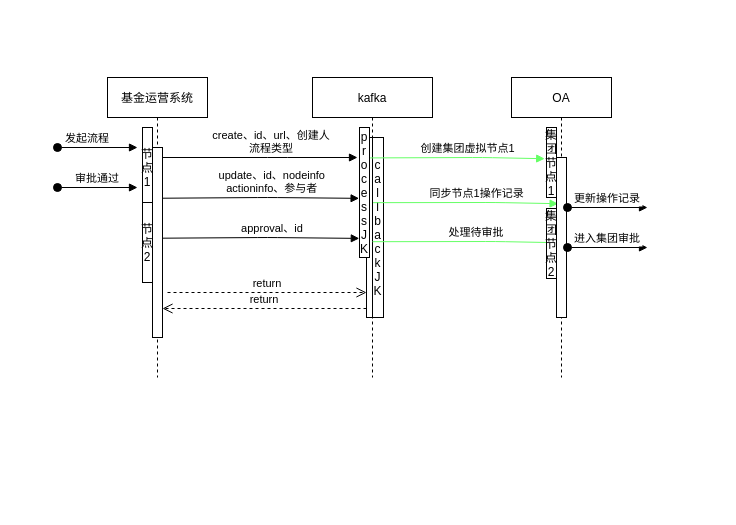
Above: 未命名绘图.drawio in mawenke321/pythonTraining1 (draw.io), before the change. Source tidied: cells renumbered, new cells numbered last; positions are measured from the earlier drawing's top-left corner, leaving out a move shared by most shapes. Both pictures are drawn from the tidied source at 100%, with x=0, y=0 at pixel (57, 77).
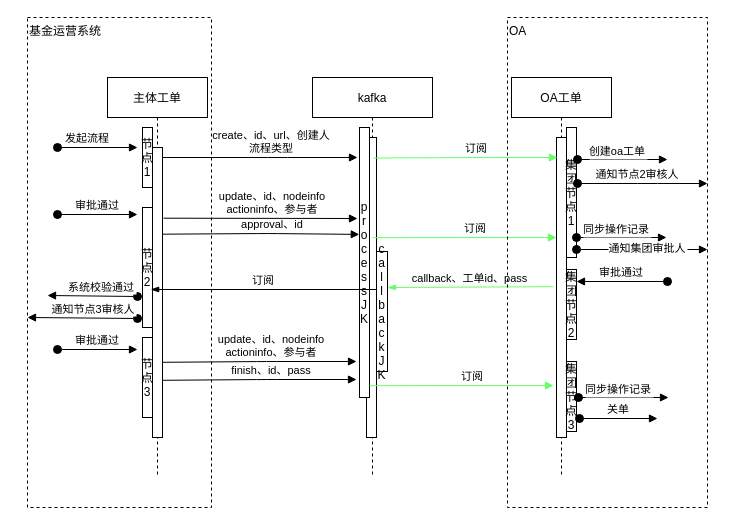
The same page after the edit.

The edit, as a diff of the source:
```diff
@@
-    <mxCell id="2" value="基金运营系统" style="shape=umlLifeline;perimeter=lifelinePerimeter;rounded=0;shadow=0;strokeWidth=1;" parent="1" vertex="1">
-      <mxGeometry x="50" width="100" height="300" as="geometry" />
+    <mxCell id="2" value="主体工单" style="shape=umlLifeline;perimeter=lifelinePerimeter;rounded=0;shadow=0;strokeWidth=1;" parent="1" vertex="1">
+      <mxGeometry x="50" width="100" height="400" as="geometry" />
     </mxCell>
     <mxCell id="3" style="points=[];perimeter=orthogonalPerimeter;rounded=0;shadow=0;strokeWidth=1;" parent="2" vertex="1">
-      <mxGeometry x="45" y="70" width="10" height="190" as="geometry" />
+      <mxGeometry x="45" y="70" width="10" height="290" as="geometry" />
     </mxCell>
@@
     <mxCell id="5" value="节&#10;点&#10;1" style="perimeter=orthogonalPerimeter;rounded=0;shadow=0;strokeWidth=1;" parent="2" vertex="1">
-      <mxGeometry x="35" y="50" width="10" height="80" as="geometry" />
+      <mxGeometry x="35" y="50" width="10" height="60" as="geometry" />
     </mxCell>
     <mxCell id="6" value="节&#10;点&#10;2" style="perimeter=orthogonalPerimeter;rounded=0;shadow=0;strokeWidth=1;" parent="2" vertex="1">
-      <mxGeometry x="35" y="125" width="10" height="80" as="geometry" />
+      <mxGeometry x="35" y="130" width="10" height="120" as="geometry" />
     </mxCell>
     <mxCell id="7" value="approval、id" style="verticalAlign=bottom;endArrow=block;shadow=0;strokeWidth=1;entryX=-0.04;entryY=0.545;entryDx=0;entryDy=0;entryPerimeter=0;exitX=0.98;exitY=0.267;exitDx=0;exitDy=0;exitPerimeter=0;" parent="2" edge="1">
       <mxGeometry x="0.12" relative="1" as="geometry">
-        <mxPoint x="55" y="160.7" as="sourcePoint" />
-        <mxPoint x="251.8" y="160.9" as="targetPoint" />
+        <mxPoint x="55" y="156.7" as="sourcePoint" />
+        <mxPoint x="251.8" y="156.9" as="targetPoint" />
         <Array as="points">
-          <mxPoint x="160.2" y="160" />
+          <mxPoint x="160.2" y="156" />
         </Array>
       </mxGeometry>
     </mxCell>
+    <mxCell id="26" value="节&#10;点&#10;3" style="perimeter=orthogonalPerimeter;rounded=0;shadow=0;strokeWidth=1;" parent="2" vertex="1">
+      <mxGeometry x="35" y="260" width="10" height="80" as="geometry" />
+    </mxCell>
+    <mxCell id="27" value="finish、id、pass" style="verticalAlign=bottom;endArrow=block;shadow=0;strokeWidth=1;exitX=1.1;exitY=0.154;exitDx=0;exitDy=0;exitPerimeter=0;" parent="2" edge="1">
+      <mxGeometry x="0.12" relative="1" as="geometry">
+        <mxPoint x="55" y="302.8" as="sourcePoint" />
+        <mxPoint x="249" y="302" as="targetPoint" />
+        <Array as="points">
+          <mxPoint x="159" y="302" />
+        </Array>
+      </mxGeometry>
+    </mxCell>
+    <mxCell id="28" value="update、id、nodeinfo&#10;actioninfo、参与者" style="verticalAlign=bottom;endArrow=block;shadow=0;strokeWidth=1;exitX=1.1;exitY=0.154;exitDx=0;exitDy=0;exitPerimeter=0;" parent="2" edge="1">
+      <mxGeometry x="0.12" relative="1" as="geometry">
+        <mxPoint x="55" y="284.8" as="sourcePoint" />
+        <mxPoint x="249" y="284" as="targetPoint" />
+        <Array as="points">
+          <mxPoint x="159" y="284" />
+        </Array>
+      </mxGeometry>
+    </mxCell>
     <mxCell id="8" value="kafka" style="shape=umlLifeline;perimeter=lifelinePerimeter;rounded=0;shadow=0;strokeWidth=1;" parent="1" vertex="1">
-      <mxGeometry x="255" width="120" height="300" as="geometry" />
+      <mxGeometry x="255" width="120" height="400" as="geometry" />
     </mxCell>
     <mxCell id="9" style="points=[];perimeter=orthogonalPerimeter;rounded=0;shadow=0;strokeWidth=1;" parent="8" vertex="1">
-      <mxGeometry x="54" y="60" width="10" height="180" as="geometry" />
+      <mxGeometry x="54" y="60" width="10" height="300" as="geometry" />
     </mxCell>
     <mxCell id="10" value="p&#10;r&#10;o&#10;c&#10;e&#10;s&#10;s&#10;J&#10;K" style="points=[];perimeter=orthogonalPerimeter;rounded=0;shadow=0;strokeWidth=1;" parent="8" vertex="1">
-      <mxGeometry x="47" y="50" width="10" height="130" as="geometry" />
+      <mxGeometry x="47" y="50" width="10" height="270" as="geometry" />
     </mxCell>
     <mxCell id="11" value="c&#10;a&#10;l&#10;l&#10;b&#10;a&#10;c&#10;k&#10;J&#10;K" style="points=[];perimeter=orthogonalPerimeter;rounded=0;shadow=0;strokeWidth=1;" parent="8" vertex="1">
-      <mxGeometry x="60" y="60" width="11" height="180" as="geometry" />
+      <mxGeometry x="64" y="174" width="11" height="120" as="geometry" />
     </mxCell>
-    <mxCell id="12" value="同步节点1操作记录" style="verticalAlign=bottom;endArrow=block;shadow=0;strokeWidth=1;entryX=-0.18;entryY=0.446;entryDx=0;entryDy=0;entryPerimeter=0;exitX=0.055;exitY=0.362;exitDx=0;exitDy=0;exitPerimeter=0;strokeColor=#66FF66;" parent="8" edge="1" source="11">
-      <mxGeometry x="0.12" relative="1" as="geometry">
-        <mxPoint x="245.6" y="126.2" as="targetPoint" />
-        <Array as="points">
-          <mxPoint x="183.4" y="125" />
-        </Array>
-      </mxGeometry>
-    </mxCell>
-    <mxCell id="13" value="处理待审批" style="verticalAlign=bottom;endArrow=block;shadow=0;strokeWidth=1;entryX=-0.18;entryY=0.446;entryDx=0;entryDy=0;entryPerimeter=0;exitX=0.055;exitY=0.362;exitDx=0;exitDy=0;exitPerimeter=0;strokeColor=#66FF66;" parent="8" edge="1">
+    <mxCell id="13" value="订阅" style="verticalAlign=bottom;endArrow=block;shadow=0;strokeWidth=1;exitX=0.055;exitY=0.362;exitDx=0;exitDy=0;exitPerimeter=0;strokeColor=#66FF66;" parent="8" edge="1">
       <mxGeometry x="0.12" relative="1" as="geometry">
-        <mxPoint x="60" y="164.2" as="sourcePoint" />
-        <mxPoint x="245" y="165.2" as="targetPoint" />
+        <mxPoint x="60" y="160.2" as="sourcePoint" />
+        <mxPoint x="244" y="160" as="targetPoint" />
         <Array as="points">
-          <mxPoint x="182.8" y="164" />
+          <mxPoint x="182.8" y="160" />
         </Array>
       </mxGeometry>
     </mxCell>
-    <mxCell id="14" value="return" style="verticalAlign=bottom;endArrow=open;dashed=1;endSize=8;exitX=0;exitY=0.95;shadow=0;strokeWidth=1;" parent="1" edge="1" source="9" target="3">
-      <mxGeometry relative="1" as="geometry" />
-    </mxCell>
+    <mxCell id="29" value="callback、工单id、pass" style="verticalAlign=bottom;endArrow=blockThin;shadow=0;strokeWidth=1;endFill=1;strokeColor=#66FF66;exitX=-0.34;exitY=0.464;exitDx=0;exitDy=0;exitPerimeter=0;" parent="8" edge="1">
+      <mxGeometry relative="1" as="geometry">
+        <mxPoint x="240.6" y="209.2" as="sourcePoint" />
+        <mxPoint x="75" y="210" as="targetPoint" />
+      </mxGeometry>
+    </mxCell>
+    <mxCell id="30" value="订阅" style="verticalAlign=bottom;endArrow=block;shadow=0;strokeWidth=1;exitX=0.055;exitY=0.362;exitDx=0;exitDy=0;exitPerimeter=0;strokeColor=#66FF66;" parent="8" edge="1">
+      <mxGeometry x="0.12" relative="1" as="geometry">
+        <mxPoint x="57" y="308.2" as="sourcePoint" />
+        <mxPoint x="241" y="308" as="targetPoint" />
+        <Array as="points">
+          <mxPoint x="179.8" y="308" />
+        </Array>
+      </mxGeometry>
+    </mxCell>
@@
-    <mxCell id="16" value="return" style="verticalAlign=bottom;endArrow=open;dashed=1;endSize=8;exitX=1;exitY=0.95;shadow=0;strokeWidth=1;" parent="1" edge="1" target="9">
-      <mxGeometry relative="1" as="geometry">
-        <mxPoint x="110" y="215" as="sourcePoint" />
-      </mxGeometry>
-    </mxCell>
-    <mxCell id="17" value="OA" style="shape=umlLifeline;perimeter=lifelinePerimeter;rounded=0;shadow=0;strokeWidth=1;" parent="1" vertex="1">
-      <mxGeometry x="454" width="100" height="300" as="geometry" />
+    <mxCell id="17" value="OA工单" style="shape=umlLifeline;perimeter=lifelinePerimeter;rounded=0;shadow=0;strokeWidth=1;" parent="1" vertex="1">
+      <mxGeometry x="454" width="100" height="400" as="geometry" />
     </mxCell>
     <mxCell id="18" style="perimeter=orthogonalPerimeter;rounded=0;shadow=0;strokeWidth=1;" parent="17" vertex="1">
-      <mxGeometry x="45" y="80" width="10" height="160" as="geometry" />
+      <mxGeometry x="45" y="60" width="10" height="300" as="geometry" />
     </mxCell>
     <mxCell id="19" value="集&#10;团&#10;节&#10;点&#10;1" style="points=[];perimeter=orthogonalPerimeter;rounded=0;shadow=0;strokeWidth=1;" parent="17" vertex="1">
-      <mxGeometry x="35" y="50" width="10" height="70" as="geometry" />
+      <mxGeometry x="55" y="50" width="10" height="130" as="geometry" />
     </mxCell>
+    <mxCell id="22" value="集&#10;团&#10;节&#10;点&#10;2" style="perimeter=orthogonalPerimeter;rounded=0;shadow=0;strokeWidth=1;" parent="17" vertex="1">
+      <mxGeometry x="55" y="192" width="10" height="70" as="geometry" />
+    </mxCell>
+    <mxCell id="31" value="通知集团审批人" style="verticalAlign=bottom;startArrow=oval;endArrow=block;startSize=8;shadow=0;strokeWidth=1;" parent="17" edge="1">
+      <mxGeometry x="0.08" y="-8" relative="1" as="geometry">
+        <mxPoint x="65" y="172" as="sourcePoint" />
+        <mxPoint x="196" y="172" as="targetPoint" />
+      </mxGeometry>
+    </mxCell>
+    <mxCell id="32" value="集&#10;团&#10;节&#10;点&#10;3" style="perimeter=orthogonalPerimeter;rounded=0;shadow=0;strokeWidth=1;" parent="17" vertex="1">
+      <mxGeometry x="55" y="284" width="10" height="70" as="geometry" />
+    </mxCell>
+    <mxCell id="33" value="通知节点2审核人" style="verticalAlign=bottom;startArrow=oval;endArrow=block;startSize=8;shadow=0;strokeWidth=1;" parent="17" edge="1">
+      <mxGeometry x="-0.08" relative="1" as="geometry">
+        <mxPoint x="66" y="106" as="sourcePoint" />
+        <mxPoint x="196" y="106" as="targetPoint" />
+        <Array as="points">
+          <mxPoint x="136" y="106" />
+        </Array>
+      </mxGeometry>
+    </mxCell>
+    <mxCell id="34" value="关单" style="verticalAlign=bottom;startArrow=oval;endArrow=block;startSize=8;shadow=0;strokeWidth=1;" parent="17" edge="1">
+      <mxGeometry relative="1" as="geometry">
+        <mxPoint x="68" y="341" as="sourcePoint" />
+        <mxPoint x="146" y="341" as="targetPoint" />
+      </mxGeometry>
+    </mxCell>
-    <mxCell id="20" value="更新操作记录" style="verticalAlign=bottom;startArrow=oval;endArrow=block;startSize=8;shadow=0;strokeWidth=1;" parent="17" edge="1">
-      <mxGeometry relative="1" as="geometry">
-        <mxPoint x="56" y="130" as="sourcePoint" />
-        <mxPoint x="136" y="130" as="targetPoint" />
+    <mxCell id="20" value="同步操作记录" style="verticalAlign=bottom;startArrow=oval;endArrow=block;startSize=8;shadow=0;strokeWidth=1;" parent="17" edge="1">
+      <mxGeometry x="-0.11" y="-1" relative="1" as="geometry">
+        <mxPoint x="65" y="160" as="sourcePoint" />
+        <mxPoint x="155" y="160" as="targetPoint" />
       </mxGeometry>
     </mxCell>
-    <mxCell id="21" value="进入集团审批" style="verticalAlign=bottom;startArrow=oval;endArrow=block;startSize=8;shadow=0;strokeWidth=1;" parent="17" edge="1">
-      <mxGeometry relative="1" as="geometry">
-        <mxPoint x="56" y="170" as="sourcePoint" />
-        <mxPoint x="136" y="170" as="targetPoint" />
-      </mxGeometry>
-    </mxCell>
-    <mxCell id="22" value="集&#10;团&#10;节&#10;点&#10;2" style="perimeter=orthogonalPerimeter;rounded=0;shadow=0;strokeWidth=1;" parent="17" vertex="1">
-      <mxGeometry x="35" y="131" width="10" height="70" as="geometry" />
-    </mxCell>
-    <mxCell id="23" value="创建集团虚拟节点1" style="verticalAlign=bottom;endArrow=block;shadow=0;strokeWidth=1;entryX=-0.18;entryY=0.446;entryDx=0;entryDy=0;entryPerimeter=0;exitX=1.06;exitY=0.234;exitDx=0;exitDy=0;exitPerimeter=0;strokeColor=#66FF66;" parent="1" edge="1" source="10" target="19">
+    <mxCell id="23" value="订阅" style="verticalAlign=bottom;endArrow=block;shadow=0;strokeWidth=1;exitX=1.4;exitY=0.113;exitDx=0;exitDy=0;exitPerimeter=0;strokeColor=#66FF66;" parent="1" edge="1" source="10">
       <mxGeometry x="0.12" relative="1" as="geometry">
+        <mxPoint x="500" y="80" as="targetPoint" />
         <Array as="points">
           <mxPoint x="425" y="80" />
         </Array>
       </mxGeometry>
     </mxCell>
     <mxCell id="24" value="审批通过" style="verticalAlign=bottom;startArrow=oval;endArrow=block;startSize=8;shadow=0;strokeWidth=1;" parent="1" edge="1">
       <mxGeometry relative="1" as="geometry">
-        <mxPoint y="110" as="sourcePoint" />
-        <mxPoint x="80" y="110" as="targetPoint" />
+        <mxPoint y="137" as="sourcePoint" />
+        <mxPoint x="80" y="137" as="targetPoint" />
       </mxGeometry>
     </mxCell>
-    <mxCell id="25" value="update、id、nodeinfo&#10;actioninfo、参与者" style="verticalAlign=bottom;endArrow=block;shadow=0;strokeWidth=1;entryX=-0.04;entryY=0.545;entryDx=0;entryDy=0;entryPerimeter=0;exitX=0.98;exitY=0.267;exitDx=0;exitDy=0;exitPerimeter=0;" parent="1" edge="1" source="3" target="10">
+    <mxCell id="25" value="update、id、nodeinfo&#10;actioninfo、参与者" style="verticalAlign=bottom;endArrow=block;shadow=0;strokeWidth=1;exitX=1.1;exitY=0.154;exitDx=0;exitDy=0;exitPerimeter=0;" parent="1" edge="1">
       <mxGeometry x="0.12" relative="1" as="geometry">
-        <Array as="points">
-          <mxPoint x="210" y="120" />
-        </Array>
+        <mxPoint x="106" y="140.7" as="sourcePoint" />
+        <mxPoint x="300" y="141" as="targetPoint" />
       </mxGeometry>
     </mxCell>
+    <mxCell id="35" value="订阅" style="verticalAlign=bottom;endArrow=blockThin;shadow=0;strokeWidth=1;endFill=1;strokeColor=#000000;entryX=-0.18;entryY=0.388;entryDx=0;entryDy=0;entryPerimeter=0;" parent="1" edge="1">
+      <mxGeometry relative="1" as="geometry">
+        <mxPoint x="319" y="212" as="sourcePoint" />
+        <mxPoint x="93.2" y="212" as="targetPoint" />
+      </mxGeometry>
+    </mxCell>
+    <mxCell id="36" value="通知节点3审核人" style="verticalAlign=bottom;startArrow=oval;endArrow=block;startSize=8;shadow=0;strokeWidth=1;" parent="1" edge="1">
+      <mxGeometry x="-0.2" relative="1" as="geometry">
+        <mxPoint x="80" y="241" as="sourcePoint" />
+        <mxPoint x="-30" y="240" as="targetPoint" />
+      </mxGeometry>
+    </mxCell>
+    <mxCell id="37" value="审批通过" style="verticalAlign=bottom;startArrow=oval;endArrow=block;startSize=8;shadow=0;strokeWidth=1;" parent="1" edge="1">
+      <mxGeometry relative="1" as="geometry">
+        <mxPoint y="272" as="sourcePoint" />
+        <mxPoint x="80" y="272" as="targetPoint" />
+      </mxGeometry>
+    </mxCell>
+    <mxCell id="38" value="创建oa工单" style="verticalAlign=bottom;startArrow=oval;endArrow=block;startSize=8;shadow=0;strokeWidth=1;" parent="1" edge="1">
+      <mxGeometry x="-0.11" y="-1" relative="1" as="geometry">
+        <mxPoint x="520" y="82" as="sourcePoint" />
+        <mxPoint x="610" y="82" as="targetPoint" />
+      </mxGeometry>
+    </mxCell>
+    <mxCell id="39" value="系统校验通过" style="verticalAlign=bottom;startArrow=oval;endArrow=block;startSize=8;shadow=0;strokeWidth=1;" parent="1" edge="1">
+      <mxGeometry x="-0.2" relative="1" as="geometry">
+        <mxPoint x="80" y="219" as="sourcePoint" />
+        <mxPoint x="-10" y="218" as="targetPoint" />
+      </mxGeometry>
+    </mxCell>
+    <mxCell id="40" value="同步操作记录" style="verticalAlign=bottom;startArrow=oval;endArrow=block;startSize=8;shadow=0;strokeWidth=1;" parent="1" edge="1">
+      <mxGeometry x="-0.11" y="-1" relative="1" as="geometry">
+        <mxPoint x="521" y="320" as="sourcePoint" />
+        <mxPoint x="611" y="320" as="targetPoint" />
+      </mxGeometry>
+    </mxCell>
+    <mxCell id="21" value="审批通过" style="verticalAlign=bottom;startArrow=oval;endArrow=block;startSize=8;shadow=0;strokeWidth=1;" parent="1" edge="1">
+      <mxGeometry relative="1" as="geometry">
+        <mxPoint x="610" y="204" as="sourcePoint" />
+        <mxPoint x="519" y="204" as="targetPoint" />
+      </mxGeometry>
+    </mxCell>
+    <mxCell id="41" value="&lt;div style=&quot;&quot;&gt;&lt;span style=&quot;background-color: initial;&quot;&gt;基金运营系统&lt;/span&gt;&lt;/div&gt;" style="whiteSpace=wrap;html=1;dashed=1;fillColor=none;align=left;verticalAlign=top;" parent="1" vertex="1">
+      <mxGeometry x="-30" y="-60" width="184" height="490" as="geometry" />
+    </mxCell>
+    <mxCell id="42" value="&lt;div style=&quot;&quot;&gt;&lt;span style=&quot;background-color: initial;&quot;&gt;OA&lt;/span&gt;&lt;/div&gt;" style="whiteSpace=wrap;html=1;dashed=1;fillColor=none;align=left;verticalAlign=top;" parent="1" vertex="1">
+      <mxGeometry x="450" y="-60" width="200" height="490" as="geometry" />
+    </mxCell>
```
